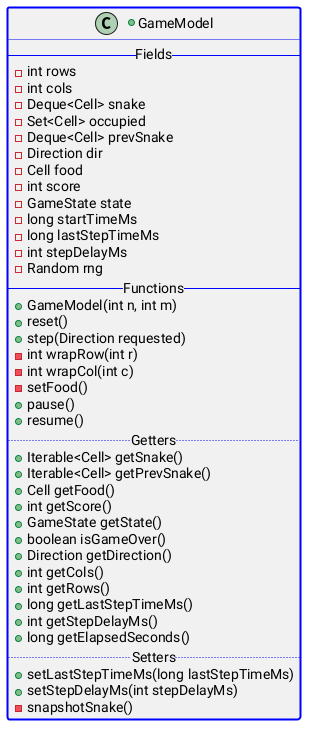
This is src/main/ClassDiagram/ModelDiagram.png from CamerJunker/Snake, a PlantUML export, as it was before one commit. Its diagram source:
```plantuml
@startuml
+class GameModel ##[bold]blue {
    -- Fields --
    -int rows
    -int cols
    -Deque<Cell> snake
    -Set<Cell> occupied
    -Deque<Cell> prevSnake
    -Direction dir
    -Cell food
    -int score
    -GameState state
    -long startTimeMs
    -long lastStepTimeMs
    -int stepDelayMs
    -Random rng
    -- Functions --
    +GameModel(int n, int m)
    +reset()
    +step(Direction requested)
    -int wrapRow(int r)
    -int wrapCol(int c)
    -setFood()
    +pause()
    +resume()
    .. Getters ..
    +Iterable<Cell> getSnake()
    +Iterable<Cell> getPrevSnake()
    +Cell getFood()
    +int getScore()
    +GameState getState()
    +boolean isGameOver()
    +Direction getDirection()
    +int getCols()
    +int getRows()
    +long getLastStepTimeMs()
    +int getStepDelayMs()
    +long getElapsedSeconds()
    .. Setters ..
    +setLastStepTimeMs(long lastStepTimeMs)
    +setStepDelayMs(int stepDelayMs)
    -snapshotSnake()
}
@enduml
```
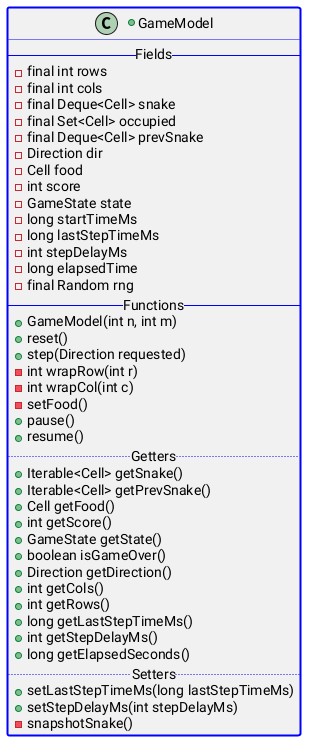
The same file after the commit.

Commit message:
Har ordnet snake og gamemodel diagrammer.

What changed in the source:
```diff
@@ -1,11 +1,11 @@
 @startuml
 +class GameModel ##[bold]blue {
     -- Fields --
-    -int rows
-    -int cols
-    -Deque<Cell> snake
-    -Set<Cell> occupied
-    -Deque<Cell> prevSnake
+    -final int rows
+    -final int cols
+    -final Deque<Cell> snake
+    -final Set<Cell> occupied
+    -final Deque<Cell> prevSnake
     -Direction dir
     -Cell food
     -int score
@@ -13,7 +13,8 @@
     -long startTimeMs
     -long lastStepTimeMs
     -int stepDelayMs
-    -Random rng
+    -long elapsedTime
+    -final Random rng
     -- Functions --
     +GameModel(int n, int m)
     +reset()
```
